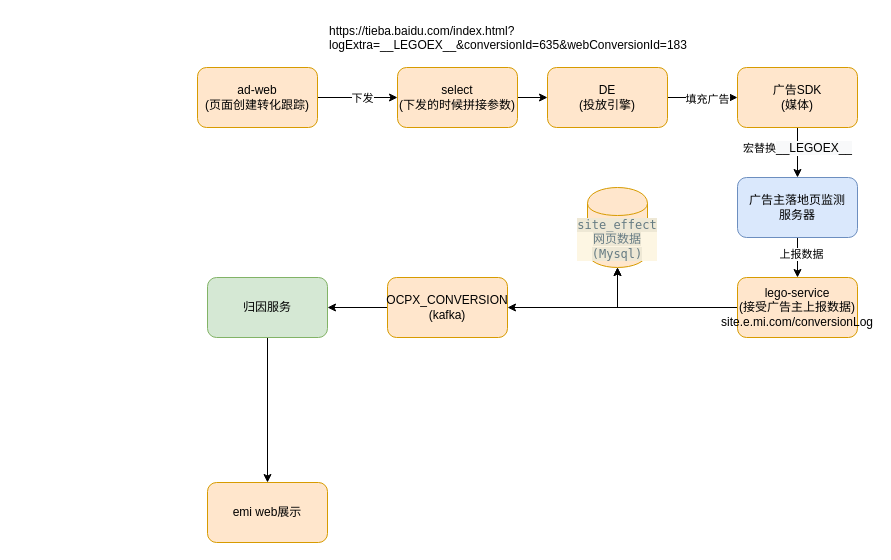
Before: page "线索API上报数据流" (3 of 4) of emi归因数据流.drawio in hehan-wang/drawio, a draw.io diagram. Source tidied: cells renumbered, new cells numbered last; positions are measured from the earlier drawing's top-left corner, leaving out a move shared by most shapes. Both pictures are drawn from the tidied source at 100%, with x=0, y=0 at pixel (197, 17).
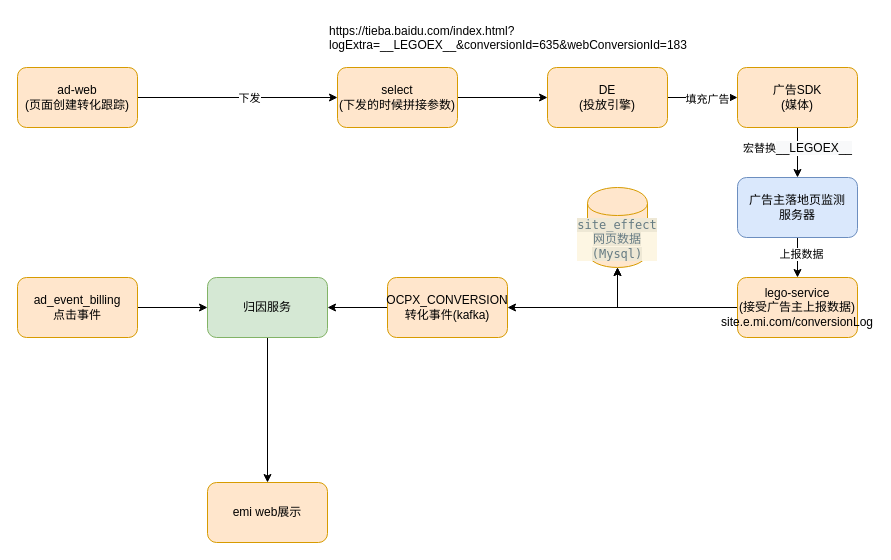
After the change.

Unchanged cells that the change refers to:
```xml
<mxCell id="19" value="归因服务" style="whiteSpace=wrap;html=1;rounded=1;strokeColor=#82b366;fillColor=#d5e8d4;" parent="1" vertex="1">
  <mxGeometry x="10" y="260" width="120" height="60" as="geometry" />
</mxCell>
```

Change to the diagram source:
```diff
@@
     <mxCell id="4" value="ad-web&lt;br&gt;(页面创建转化跟踪)" style="rounded=1;whiteSpace=wrap;html=1;fillColor=#ffe6cc;strokeColor=#d79b00;" parent="1" vertex="1">
-      <mxGeometry y="50" width="120" height="60" as="geometry" />
+      <mxGeometry x="-180" y="50" width="120" height="60" as="geometry" />
     </mxCell>
@@
     <mxCell id="6" value="select&lt;br&gt;(下发的时候拼接参数)" style="whiteSpace=wrap;html=1;rounded=1;strokeColor=#d79b00;fillColor=#ffe6cc;" parent="1" vertex="1">
-      <mxGeometry x="200" y="50" width="120" height="60" as="geometry" />
+      <mxGeometry x="140" y="50" width="120" height="60" as="geometry" />
     </mxCell>
@@
-    <mxCell id="17" value="OCPX_CONVERSION&lt;br&gt;(kafka)" style="rounded=1;whiteSpace=wrap;html=1;fillColor=#ffe6cc;strokeColor=#d79b00;" parent="1" vertex="1">
+    <mxCell id="17" value="OCPX_CONVERSION&lt;br&gt;转化事件(kafka)" style="rounded=1;whiteSpace=wrap;html=1;fillColor=#ffe6cc;strokeColor=#d79b00;" parent="1" vertex="1">
       <mxGeometry x="190" y="260" width="120" height="60" as="geometry" />
     </mxCell>
@@
+    <mxCell id="27" style="edgeStyle=orthogonalEdgeStyle;rounded=0;jettySize=auto;html=1;" parent="1" edge="1" source="28" target="19">
+      <mxGeometry relative="1" as="geometry" />
+    </mxCell>
+    <mxCell id="28" value="ad_event_billing&lt;br&gt;点击事件" style="rounded=1;whiteSpace=wrap;html=1;fillColor=#ffe6cc;strokeColor=#d79b00;" parent="1" vertex="1">
+      <mxGeometry x="-180" y="260" width="120" height="60" as="geometry" />
+    </mxCell>
```
